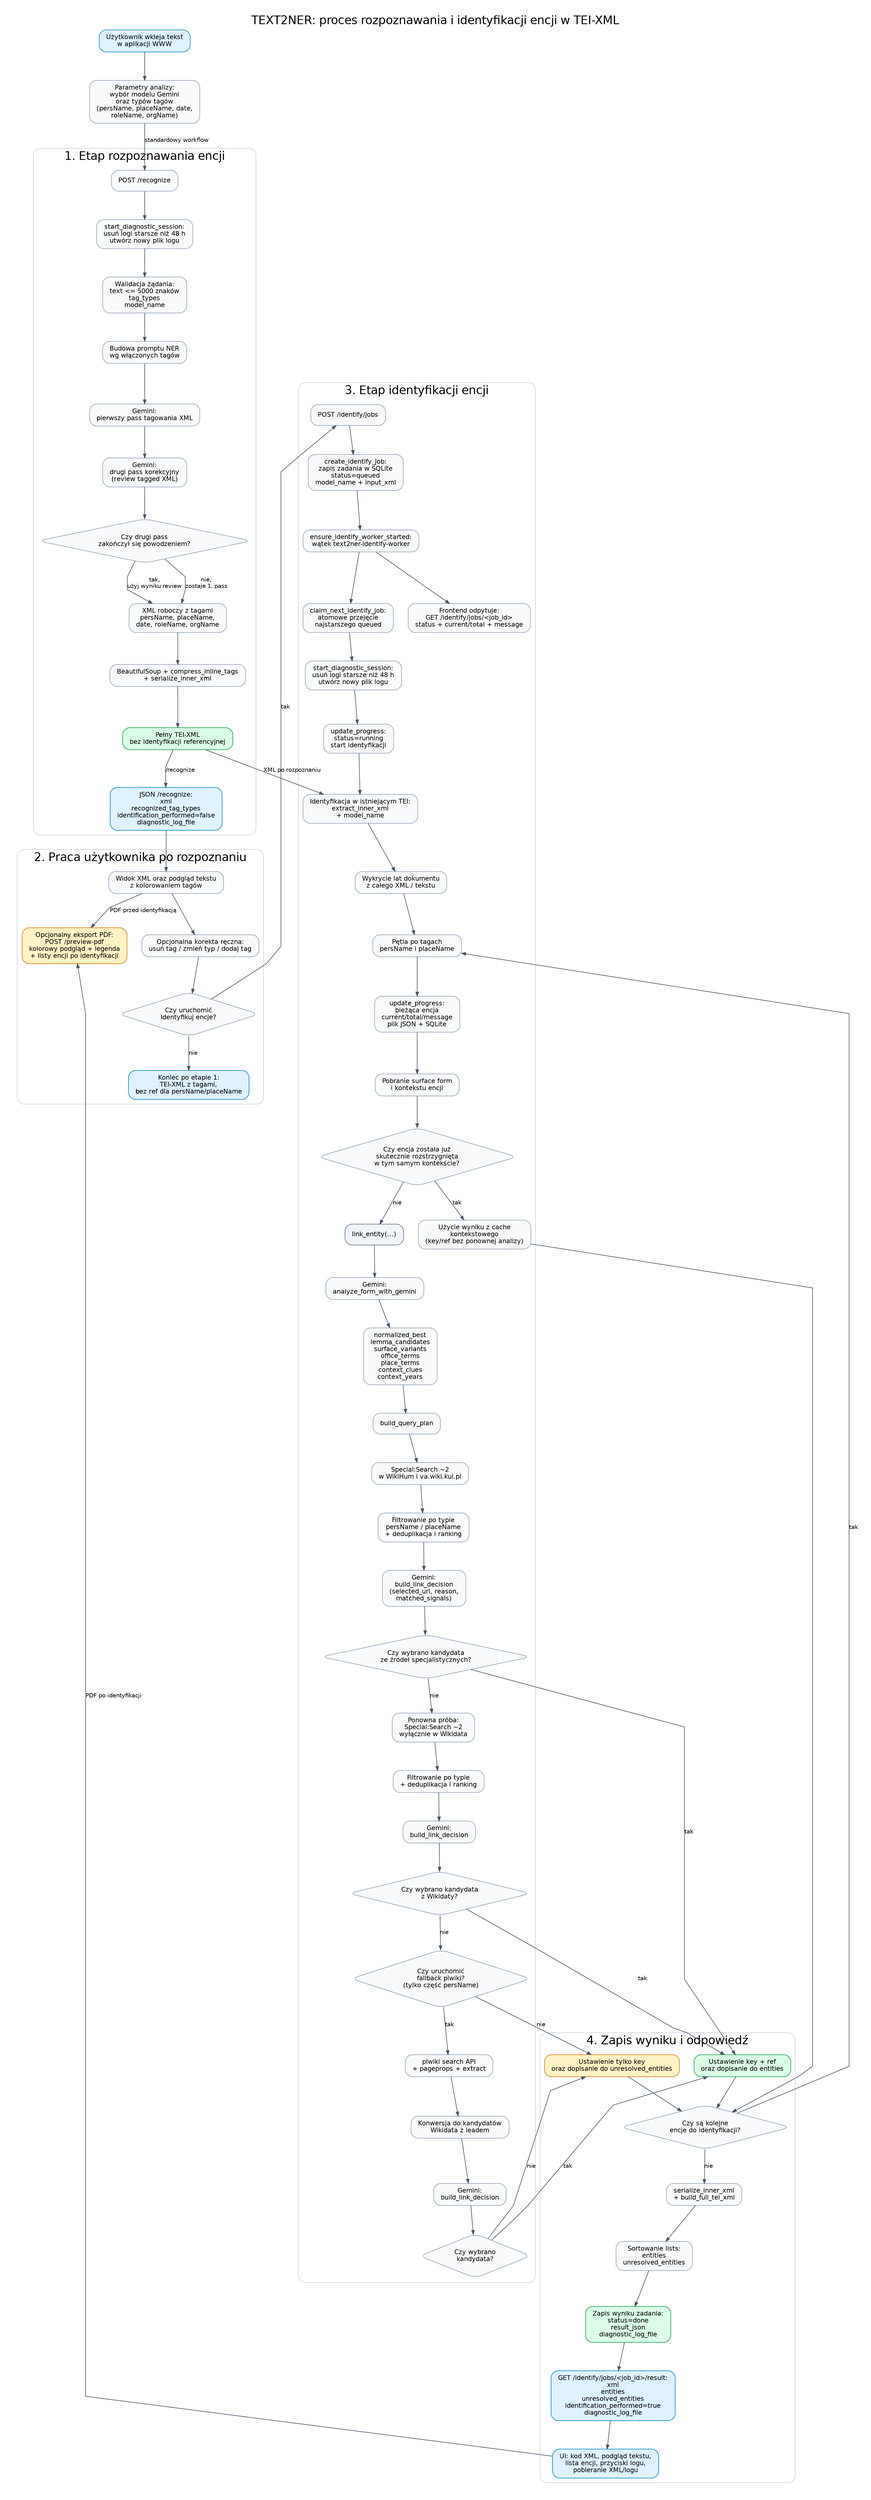
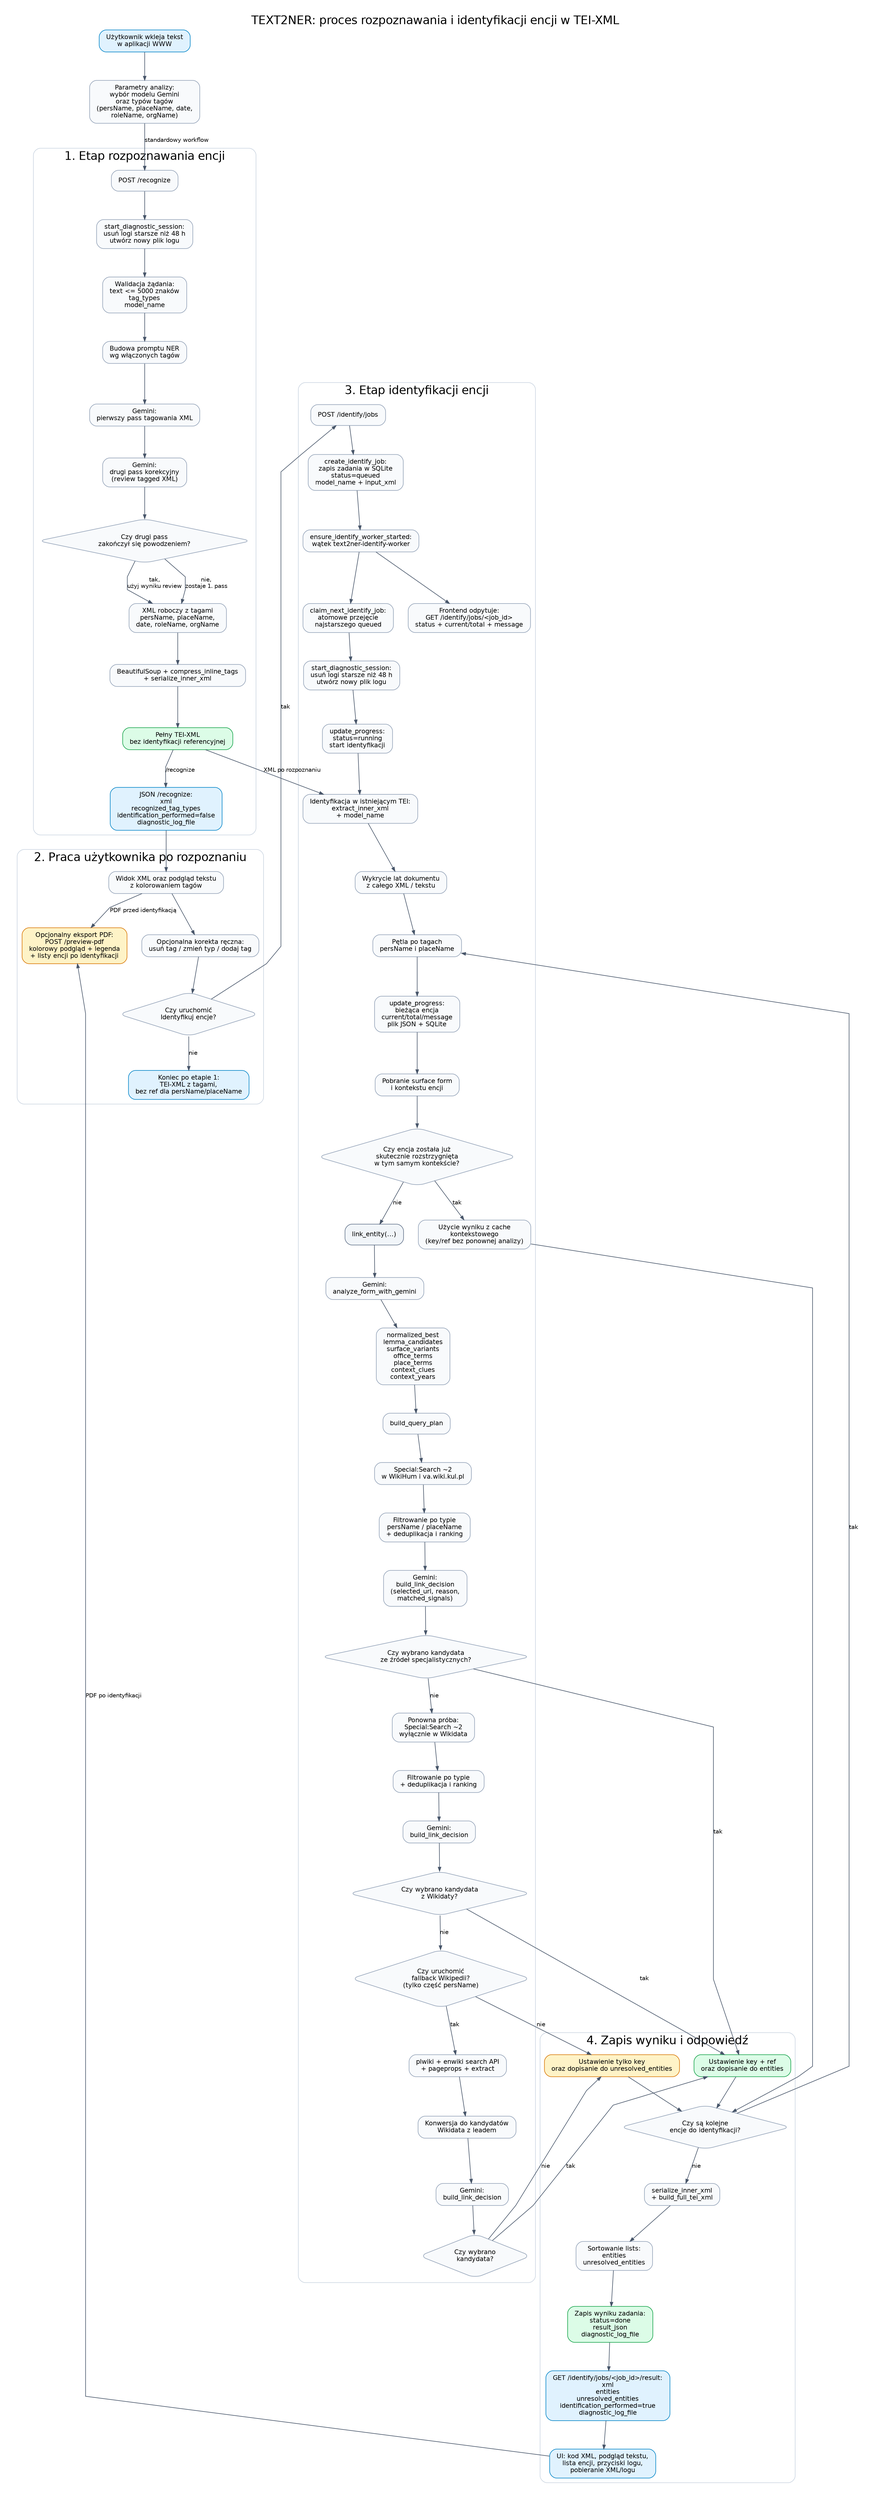
digraph text2ner_process {
    graph [
        rankdir=TB,
        labelloc="t",
        label="TEXT2NER: proces rozpoznawania i identyfikacji encji w TEI-XML",
        fontsize=20,
        fontname="Helvetica",
        pad=0.3,
        nodesep=0.35,
        ranksep=0.65,
        splines=polyline,
        bgcolor="white"
    ];

    node [
        shape=box,
        style="rounded,filled",
        fillcolor="#F8FAFC",
        color="#94A3B8",
        fontname="Helvetica",
        fontsize=11,
        margin="0.16,0.10"
    ];

    edge [
        color="#475569",
        arrowsize=0.7,
        fontname="Helvetica",
        fontsize=10
    ];

    start [label="Użytkownik wkleja tekst\nw aplikacji WWW", fillcolor="#E0F2FE", color="#0284C7"];
    settings [label="Parametry analizy:\nwybór modelu Gemini\noraz typów tagów\n(persName, placeName, date,\nroleName, orgName)"];
    subgraph cluster_recognize {
        label="1. Etap rozpoznawania encji";
        color="#CBD5E1";
        style="rounded";

        post_recognize [label="POST /recognize"];
        start_log_rec [label="start_diagnostic_session:\nusuń logi starsze niż 48 h\nutwórz nowy plik logu"];
        recognize_request [label="Walidacja żądania:\ntext <= 5000 znaków\ntag_types\nmodel_name"];
        tagging_prompt [label="Budowa promptu NER\nwg włączonych tagów"];
        gemini_first_pass [label="Gemini:\npierwszy pass tagowania XML"];
        gemini_review_pass [label="Gemini:\ndrugi pass korekcyjny\n(review tagged XML)"];
        review_success [shape=diamond, label="Czy drugi pass\nzakończył się powodzeniem?"];
        raw_tagged_xml [label="XML roboczy z tagami\npersName, placeName,\ndate, roleName, orgName"];
        normalize_tei [label="BeautifulSoup + compress_inline_tags\n+ serialize_inner_xml"];
        tei_without_ids [label="Pełny TEI-XML\nbez identyfikacji referencyjnej", fillcolor="#DCFCE7", color="#16A34A"];
        recognize_response [label="JSON /recognize:\nxml\nrecognized_tag_types\nidentification_performed=false\ndiagnostic_log_file", fillcolor="#E0F2FE", color="#0284C7"];
    }

    subgraph cluster_review {
        label="2. Praca użytkownika po rozpoznaniu";
        color="#CBD5E1";
        style="rounded";

        preview_xml [label="Widok XML oraz podgląd tekstu\nz kolorowaniem tagów"];
        manual_edit [label="Opcjonalna korekta ręczna:\nusuń tag / zmień typ / dodaj tag"];
        export_pdf [label="Opcjonalny eksport PDF:\nPOST /preview-pdf\nkolorowy podgląd + legenda\n+ listy encji po identyfikacji", fillcolor="#FEF3C7", color="#D97706"];
        run_identify [shape=diamond, label="Czy uruchomić\nIdentyfikuj encje?"];
        keep_only_tei [label="Koniec po etapie 1:\nTEI-XML z tagami,\nbez ref dla persName/placeName", fillcolor="#E0F2FE", color="#0284C7"];
    }

    subgraph cluster_identify {
        label="3. Etap identyfikacji encji";
        color="#CBD5E1";
        style="rounded";

        post_identify_job [label="POST /identify/jobs"];
        create_job [label="create_identify_job:\nzapis zadania w SQLite\nstatus=queued\nmodel_name + input_xml"];
        ensure_worker [label="ensure_identify_worker_started:\nwątek text2ner-identify-worker"];
        job_status [label="Frontend odpytuje:\nGET /identify/jobs/<job_id>\nstatus + current/total + message"];
        claim_job [label="claim_next_identify_job:\natomowe przejęcie\nnajstarszego queued"];
        start_log_identify [label="start_diagnostic_session:\nusuń logi starsze niż 48 h\nutwórz nowy plik logu"];
        identify_input [label="Identyfikacja w istniejącym TEI:\nextract_inner_xml\n+ model_name"];
        extract_doc_years [label="Wykrycie lat dokumentu\nz całego XML / tekstu"];
        progress_start [label="update_progress:\nstatus=running\nstart identyfikacji"];
        entity_loop [label="Pętla po tagach\npersName i placeName"];
        progress_entity [label="update_progress:\nbieżąca encja\ncurrent/total/message\nplik JSON + SQLite"];
        entity_context [label="Pobranie surface form\ni kontekstu encji"];
        cache_check [shape=diamond, label="Czy encja została już\nskutecznie rozstrzygnięta\nw tym samym kontekście?"];
        cache_hit [label="Użycie wyniku z cache\nkontekstowego\n(key/ref bez ponownej analizy)"];
        link_entity [label="link_entity(...)", fillcolor="#F1F5F9", color="#64748B"];

        analyze_form [label="Gemini:\nanalyze_form_with_gemini"];
        analyze_outputs [label="normalized_best\nlemma_candidates\nsurface_variants\noffice_terms\nplace_terms\ncontext_clues\ncontext_years"];
        build_plan [label="build_query_plan"];

        specialized_search [label="Special:Search ~2\nw WikiHum i va.wiki.kul.pl"];
        specialized_filter [label="Filtrowanie po typie\npersName / placeName\n+ deduplikacja i ranking"];
        specialized_decision [label="Gemini:\nbuild_link_decision\n(selected_url, reason,\nmatched_signals)"];
        specialized_selected [shape=diamond, label="Czy wybrano kandydata\nze źródeł specjalistycznych?"];

        wikidata_retry [label="Ponowna próba:\nSpecial:Search ~2\nwyłącznie w Wikidata"];
        wikidata_filter [label="Filtrowanie po typie\n+ deduplikacja i ranking"];
        wikidata_decision [label="Gemini:\nbuild_link_decision"];
        wikidata_selected [shape=diamond, label="Czy wybrano kandydata\nz Wikidaty?"];

-         plwiki_check [shape=diamond, label="Czy uruchomić\nfallback plwiki?\n(tylko część persName)"];
-         plwiki_search [label="plwiki search API\n+ pageprops + extract"];
+         plwiki_check [shape=diamond, label="Czy uruchomić\nfallback Wikipedii?\n(tylko część persName)"];
+         plwiki_search [label="plwiki + enwiki search API\n+ pageprops + extract"];
        plwiki_to_wikidata [label="Konwersja do kandydatów\nWikidata z leadem"];
        plwiki_decision [label="Gemini:\nbuild_link_decision"];
        selected_final [shape=diamond, label="Czy wybrano\nkandydata?"];
    }

    subgraph cluster_finish {
        label="4. Zapis wyniku i odpowiedź";
        color="#CBD5E1";
        style="rounded";

        resolved [label="Ustawienie key + ref\noraz dopisanie do entities", fillcolor="#DCFCE7", color="#16A34A"];
        unresolved [label="Ustawienie tylko key\noraz dopisanie do unresolved_entities", fillcolor="#FEF3C7", color="#D97706"];
        next_entity [shape=diamond, label="Czy są kolejne\nencje do identyfikacji?"];
        build_final_tei [label="serialize_inner_xml\n+ build_full_tei_xml"];
        sort_outputs [label="Sortowanie lists:\nentities\nunresolved_entities"];
        finish_job [label="Zapis wyniku zadania:\nstatus=done\nresult_json\ndiagnostic_log_file", fillcolor="#DCFCE7", color="#16A34A"];
        identify_response [label="GET /identify/jobs/<job_id>/result:\nxml\nentities\nunresolved_entities\nidentification_performed=true\ndiagnostic_log_file", fillcolor="#E0F2FE", color="#0284C7"];
        ui_output [label="UI: kod XML, podgląd tekstu,\nlista encji, przyciski logu,\npobieranie XML/logu", fillcolor="#E0F2FE", color="#0284C7"];
    }

    start -> settings;
    settings -> post_recognize [label="standardowy workflow"];

    post_recognize -> start_log_rec -> recognize_request -> tagging_prompt -> gemini_first_pass -> gemini_review_pass -> review_success;
    review_success -> raw_tagged_xml [label="nie,\nzostaje 1. pass"];
    review_success -> raw_tagged_xml [label="tak,\nużyj wyniku review"];
    raw_tagged_xml -> normalize_tei -> tei_without_ids;

    tei_without_ids -> recognize_response [label="/recognize"];
    recognize_response -> preview_xml -> manual_edit -> run_identify;
    preview_xml -> export_pdf [label="PDF przed identyfikacją"];
    ui_output -> export_pdf [label="PDF po identyfikacji"];
    run_identify -> keep_only_tei [label="nie"];
    run_identify -> post_identify_job [label="tak"];

    post_identify_job -> create_job -> ensure_worker -> job_status;
    ensure_worker -> claim_job -> start_log_identify -> progress_start -> identify_input;
    tei_without_ids -> identify_input [label="XML po rozpoznaniu"];

    identify_input -> extract_doc_years -> entity_loop -> progress_entity -> entity_context -> cache_check;
    cache_check -> cache_hit [label="tak"];
    cache_check -> link_entity [label="nie"];

    link_entity -> analyze_form -> analyze_outputs -> build_plan -> specialized_search -> specialized_filter -> specialized_decision -> specialized_selected;
    specialized_selected -> resolved [label="tak"];
    specialized_selected -> wikidata_retry [label="nie"];

    wikidata_retry -> wikidata_filter -> wikidata_decision -> wikidata_selected;
    wikidata_selected -> resolved [label="tak"];
    wikidata_selected -> plwiki_check [label="nie"];

    plwiki_check -> unresolved [label="nie"];
    plwiki_check -> plwiki_search [label="tak"];
    plwiki_search -> plwiki_to_wikidata -> plwiki_decision -> selected_final;
    selected_final -> resolved [label="tak"];
    selected_final -> unresolved [label="nie"];

    cache_hit -> next_entity;
    resolved -> next_entity;
    unresolved -> next_entity;
    next_entity -> entity_loop [label="tak"];
    next_entity -> build_final_tei [label="nie"];

    build_final_tei -> sort_outputs -> finish_job -> identify_response -> ui_output;
}
